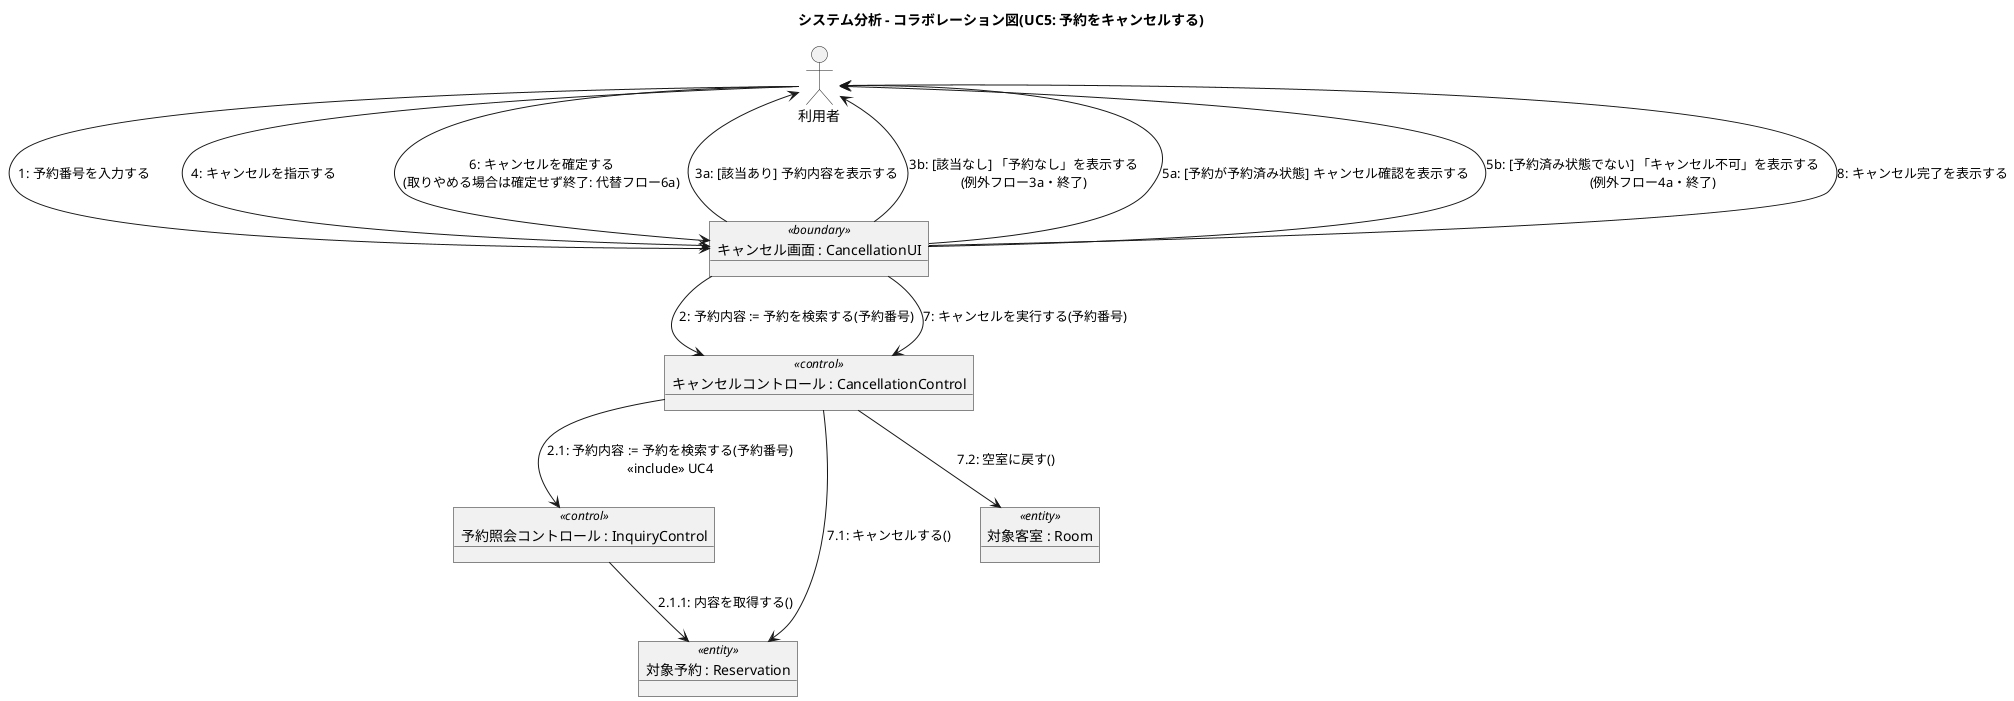
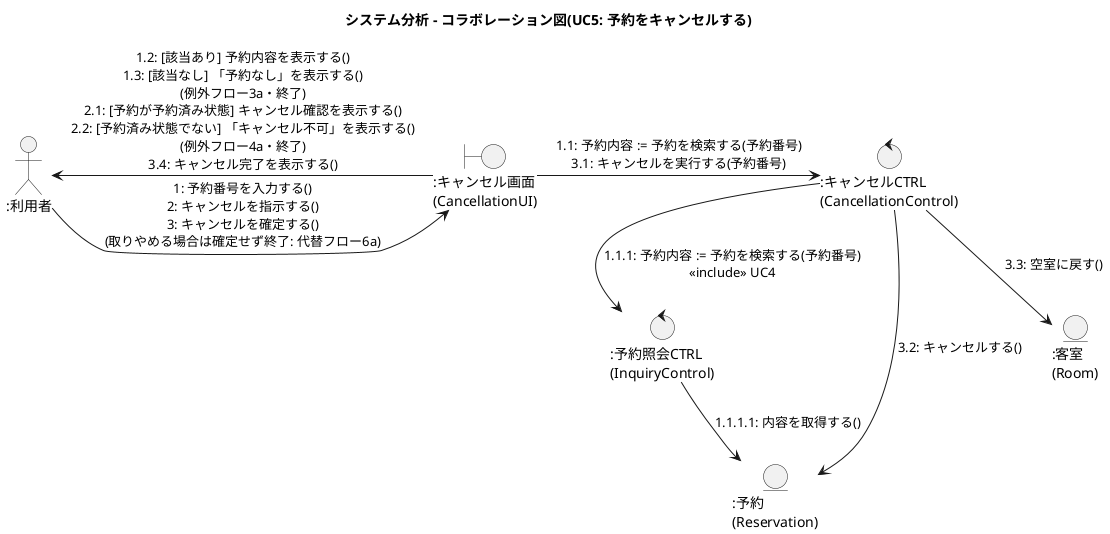
@startuml collaboration_uc5_cancel
- allowmixing
title システム分析 - コラボレーション図(UC5: 予約をキャンセルする)

- actor "利用者" as Guest
- object "キャンセル画面 : CancellationUI" as UI <<boundary>>
- object "キャンセルコントロール : CancellationControl" as Ctrl <<control>>
- object "予約照会コントロール : InquiryControl" as Inq <<control>>
- object "対象予約 : Reservation" as Rsv <<entity>>
- object "対象客室 : Room" as Room <<entity>>
+ actor ":利用者" as Guest
+ boundary ":キャンセル画面\n(CancellationUI)" as UI
+ control ":キャンセルCTRL\n(CancellationControl)" as Ctrl
+ control ":予約照会CTRL\n(InquiryControl)" as Inq
+ entity ":予約\n(Reservation)" as Rsv
+ entity ":客室\n(Room)" as Room

- Guest --> UI : 1: 予約番号を入力する
- UI --> Ctrl : 2: 予約内容 := 予約を検索する(予約番号)
- Ctrl --> Inq : 2.1: 予約内容 := 予約を検索する(予約番号)\n<<include>> UC4
- Inq --> Rsv : 2.1.1: 内容を取得する()
- UI --> Guest : 3a: [該当あり] 予約内容を表示する
- UI --> Guest : 3b: [該当なし] 「予約なし」を表示する\n(例外フロー3a・終了)
- Guest --> UI : 4: キャンセルを指示する
- UI --> Guest : 5a: [予約が予約済み状態] キャンセル確認を表示する
- UI --> Guest : 5b: [予約済み状態でない] 「キャンセル不可」を表示する\n(例外フロー4a・終了)
- Guest --> UI : 6: キャンセルを確定する\n(取りやめる場合は確定せず終了: 代替フロー6a)
- UI --> Ctrl : 7: キャンセルを実行する(予約番号)
- Ctrl --> Rsv : 7.1: キャンセルする()
- Ctrl --> Room : 7.2: 空室に戻す()
- UI --> Guest : 8: キャンセル完了を表示する
+ Guest -right-> UI : 1: 予約番号を入力する()\n2: キャンセルを指示する()\n3: キャンセルを確定する()\n(取りやめる場合は確定せず終了: 代替フロー6a)
+ UI -left-> Guest : 1.2: [該当あり] 予約内容を表示する()\n1.3: [該当なし] 「予約なし」を表示する()\n(例外フロー3a・終了)\n2.1: [予約が予約済み状態] キャンセル確認を表示する()\n2.2: [予約済み状態でない] 「キャンセル不可」を表示する()\n(例外フロー4a・終了)\n3.4: キャンセル完了を表示する()
+ UI -right-> Ctrl : 1.1: 予約内容 := 予約を検索する(予約番号)\n3.1: キャンセルを実行する(予約番号)
+ Ctrl -down-> Inq : 1.1.1: 予約内容 := 予約を検索する(予約番号)\n<<include>> UC4
+ Inq -down-> Rsv : 1.1.1.1: 内容を取得する()
+ Ctrl -down-> Rsv : 3.2: キャンセルする()
+ Ctrl -down-> Room : 3.3: 空室に戻す()

@enduml
